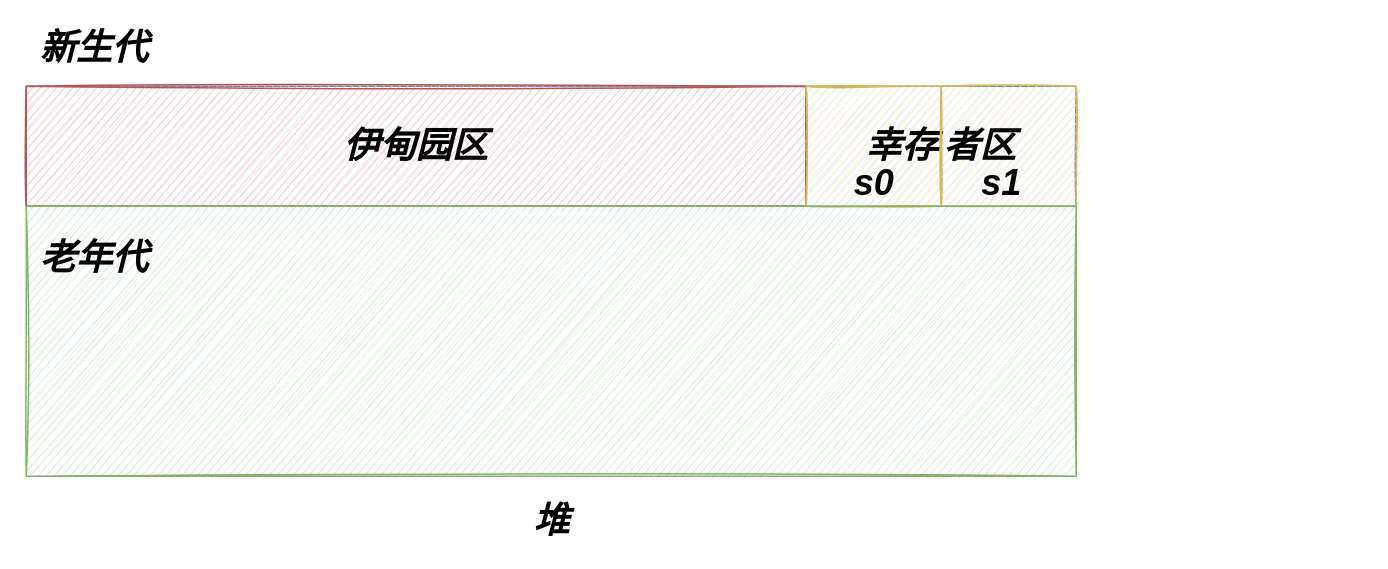
Before: heap.drawio in Bukayoooo/Draws, a draw.io diagram. Source tidied: cells renumbered, new cells numbered last; positions are measured from the earlier drawing's top-left corner, leaving out a move shared by most shapes. Both pictures are drawn from the tidied source at 150%, with x=0, y=0 at pixel (26, 26).
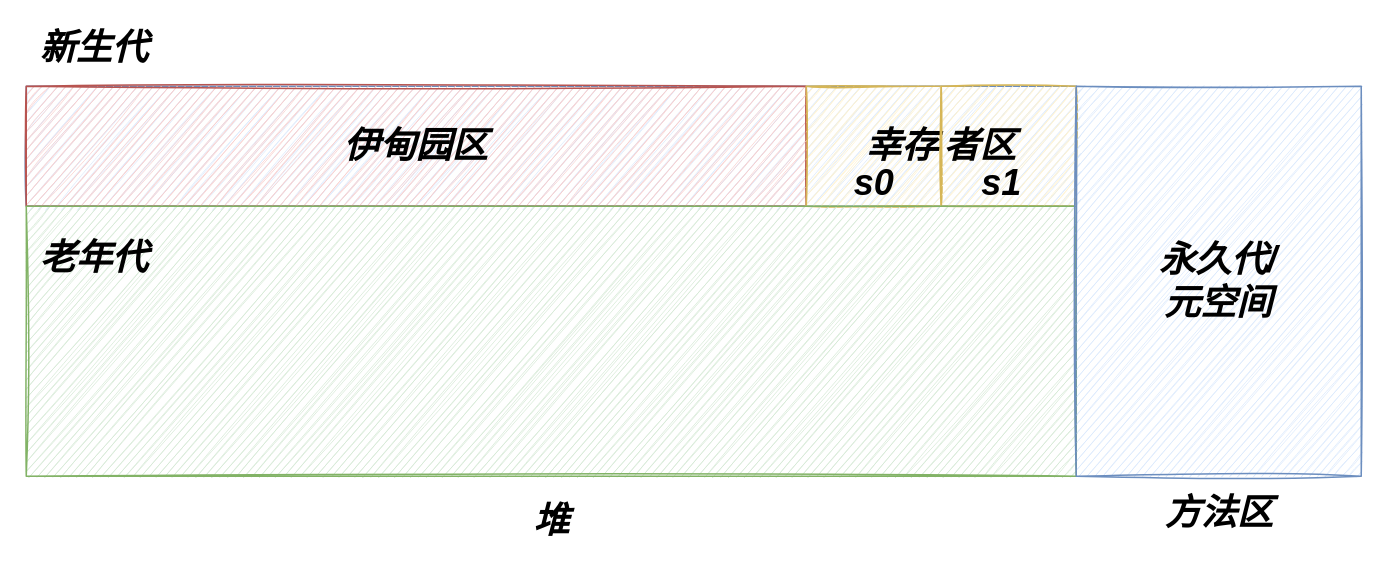
The same diagram, later.

The edit, as a diff of the source:
```diff
@@
 <mxGraphModel>
   <root>
     <mxCell id="0" />
     <mxCell id="1" parent="0" />
     <mxCell id="2" style="rounded=0;whiteSpace=wrap;html=1;fillColor=#dae8fc;strokeColor=#6c8ebf;sketch=1;" parent="1" vertex="1">
       <mxGeometry y="40" width="700" height="80" as="geometry" />
     </mxCell>
     <mxCell id="3" value="&lt;font style=&quot;font-size: 24px;&quot;&gt;&lt;b&gt;&lt;i&gt;堆&lt;/i&gt;&lt;/b&gt;&lt;/font&gt;" style="text;html=1;align=center;verticalAlign=middle;strokeColor=none;fillColor=none;" parent="1" vertex="1">
       <mxGeometry x="330" y="320" width="40" height="20" as="geometry" />
     </mxCell>
     <mxCell id="4" value="&lt;b&gt;&lt;i&gt;伊甸园区&lt;/i&gt;&lt;/b&gt;" style="rounded=0;whiteSpace=wrap;html=1;fontSize=24;fillColor=#f8cecc;strokeColor=#b85450;sketch=1;" parent="1" vertex="1">
       <mxGeometry y="40" width="520" height="80" as="geometry" />
     </mxCell>
     <mxCell id="5" value="&lt;i&gt;&lt;b&gt;新生代&lt;/b&gt;&lt;/i&gt;" style="text;html=1;align=center;verticalAlign=middle;strokeColor=none;fillColor=none;fontSize=24;" parent="1" vertex="1">
       <mxGeometry width="90" height="30" as="geometry" />
     </mxCell>
     <mxCell id="6" value="&lt;b&gt;&lt;i&gt;幸存&lt;/i&gt;&lt;/b&gt;" style="rounded=0;whiteSpace=wrap;html=1;sketch=1;fontSize=24;fillColor=#fff2cc;strokeColor=#d6b656;align=right;" parent="1" vertex="1">
       <mxGeometry x="520" y="40" width="90" height="80" as="geometry" />
     </mxCell>
     <mxCell id="7" value="&lt;i&gt;&lt;b&gt;者区&lt;/b&gt;&lt;/i&gt;" style="rounded=0;whiteSpace=wrap;html=1;sketch=1;fontSize=24;fillColor=#fff2cc;strokeColor=#d6b656;align=left;" parent="1" vertex="1">
       <mxGeometry x="610" y="40" width="90" height="80" as="geometry" />
     </mxCell>
     <mxCell id="8" value="&lt;b&gt;&lt;i&gt;s0&lt;/i&gt;&lt;/b&gt;" style="text;html=1;align=center;verticalAlign=middle;strokeColor=none;fillColor=none;fontSize=24;" parent="1" vertex="1">
       <mxGeometry x="545" y="90" width="40" height="30" as="geometry" />
     </mxCell>
     <mxCell id="9" value="&lt;b&gt;&lt;i&gt;s1&lt;/i&gt;&lt;/b&gt;" style="text;html=1;align=center;verticalAlign=middle;strokeColor=none;fillColor=none;fontSize=24;" parent="1" vertex="1">
       <mxGeometry x="630" y="90" width="40" height="30" as="geometry" />
     </mxCell>
     <mxCell id="10" style="rounded=0;whiteSpace=wrap;html=1;sketch=1;fontSize=24;fillColor=#d5e8d4;strokeColor=#82b366;" parent="1" vertex="1">
       <mxGeometry y="120" width="700" height="180" as="geometry" />
     </mxCell>
     <mxCell id="11" value="&lt;i&gt;&lt;b&gt;老年代&lt;/b&gt;&lt;/i&gt;" style="text;html=1;align=center;verticalAlign=middle;strokeColor=none;fillColor=none;fontSize=24;" parent="1" vertex="1">
       <mxGeometry y="140" width="90" height="30" as="geometry" />
     </mxCell>
+    <mxCell id="12" value="&lt;b&gt;&lt;i&gt;永久代/&lt;br&gt;元空间&lt;/i&gt;&lt;/b&gt;" style="rounded=0;whiteSpace=wrap;html=1;sketch=1;fontSize=24;fillColor=#dae8fc;strokeColor=#6c8ebf;" parent="1" vertex="1">
+      <mxGeometry x="700" y="40" width="190" height="260" as="geometry" />
+    </mxCell>
+    <mxCell id="13" value="&lt;b&gt;&lt;i&gt;方法区&lt;/i&gt;&lt;/b&gt;" style="text;html=1;align=center;verticalAlign=middle;strokeColor=none;fillColor=none;fontSize=24;" parent="1" vertex="1">
+      <mxGeometry x="750" y="310" width="90" height="30" as="geometry" />
+    </mxCell>
   </root>
 </mxGraphModel>
```
